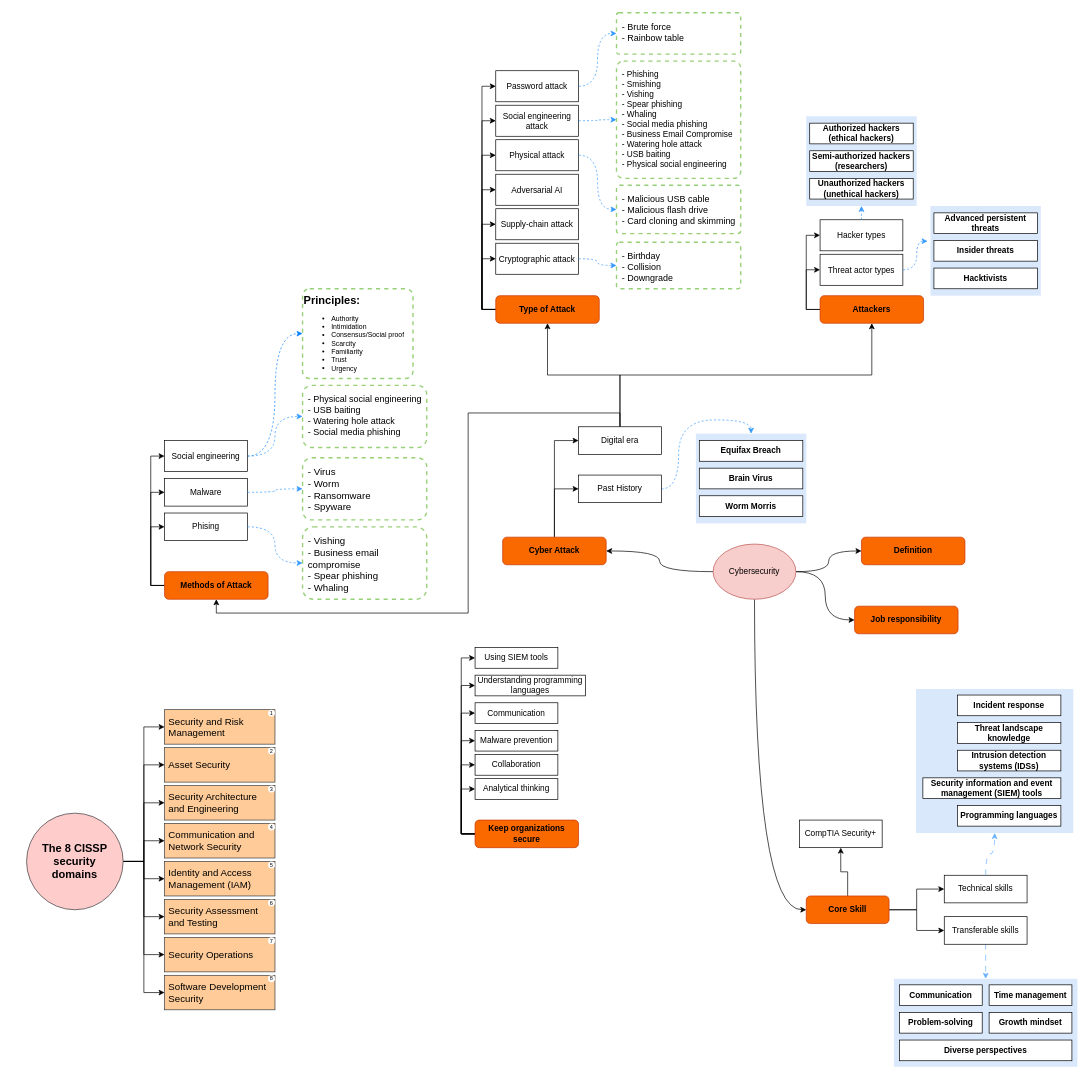
Earlier version of the draw.io diagram mind-map.drawio (yogiprsetya/Google-Cybersecurity-x-Coursera). Source tidied: cells renumbered, new cells numbered last; positions are measured from the earlier drawing's top-left corner, leaving out a move shared by most shapes. Both pictures are drawn from the tidied source at 69%, with x=0, y=0 at pixel (26, 12).
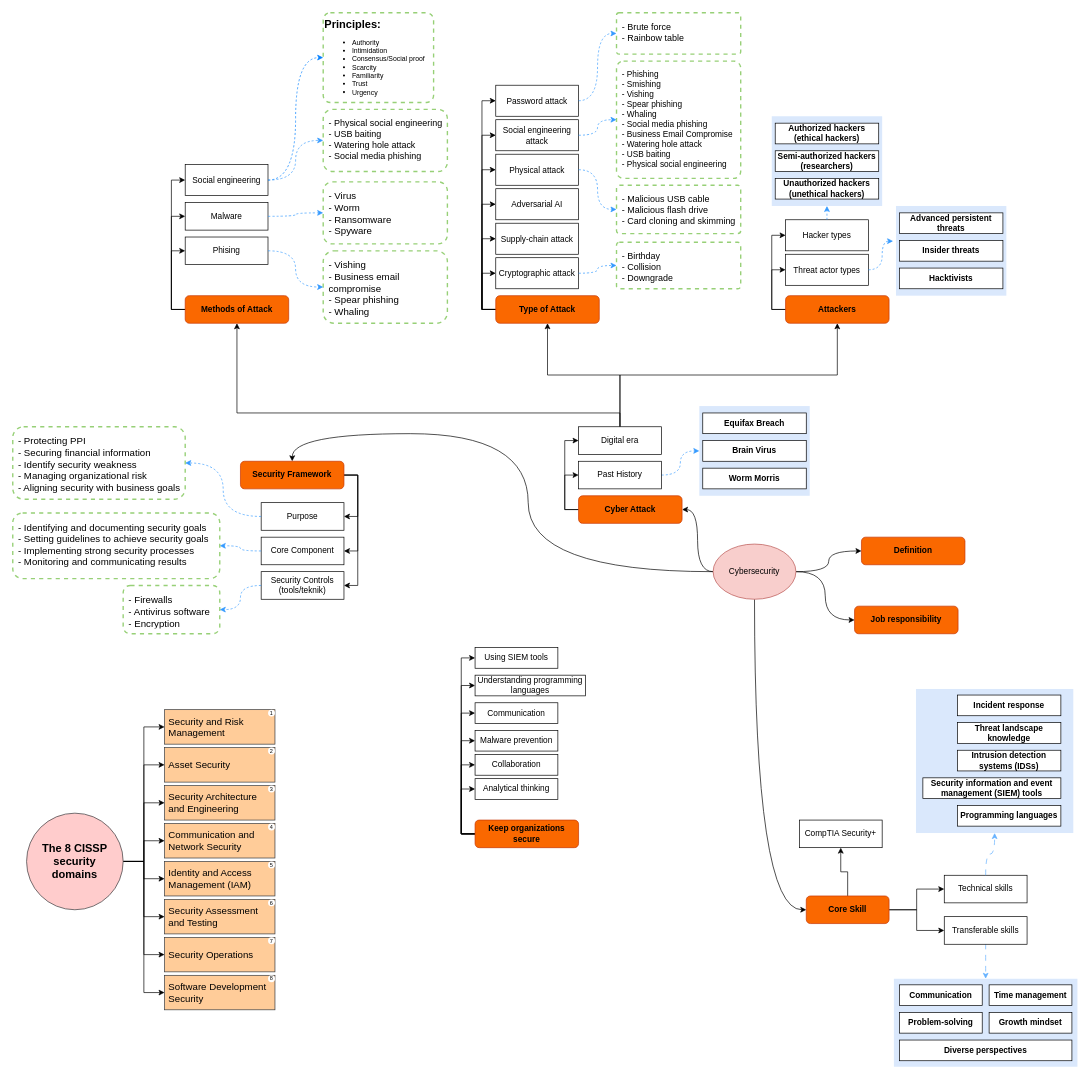
The same diagram, later.

The change refers to these unchanged cells:
```xml
<mxCell id="44" value="Cybersecurity" style="ellipse;whiteSpace=wrap;html=1;fillColor=#f8cecc;strokeColor=#b85450;" parent="1" vertex="1">
  <mxGeometry x="995" y="770" width="120" height="80" as="geometry" />
</mxCell>
<mxCell id="55" value="Digital era" style="rounded=0;whiteSpace=wrap;html=1;" parent="1" vertex="1">
  <mxGeometry x="800" y="600" width="120" height="40" as="geometry" />
</mxCell>
<mxCell id="110" style="group;" parent="1" vertex="1">
  <mxGeometry x="680" width="355" height="450" as="geometry" />
</mxCell>
```

Diff of the diagram source:
```diff
@@
+    <mxCell id="151" style="rounded=0;jettySize=auto;html=1;exitX=0;exitY=0.5;exitDx=0;exitDy=0;entryX=0.5;entryY=0;entryDx=0;entryDy=0;edgeStyle=orthogonalEdgeStyle;curved=1;" parent="1" edge="1" source="44" target="156">
+      <mxGeometry relative="1" as="geometry">
+        <Array as="points">
+          <mxPoint x="727" y="810" />
+          <mxPoint x="727" y="610" />
+          <mxPoint x="385" y="610" />
+        </Array>
+      </mxGeometry>
+    </mxCell>
@@
-    <mxCell id="47" style="edgeStyle=orthogonalEdgeStyle;rounded=0;jettySize=auto;html=1;entryX=0;entryY=0.5;entryDx=0;entryDy=0;" parent="1" edge="1" source="49" target="51">
+    <mxCell id="47" style="edgeStyle=orthogonalEdgeStyle;rounded=0;jettySize=auto;html=1;entryX=0;entryY=0.5;entryDx=0;entryDy=0;exitX=0;exitY=0.5;exitDx=0;exitDy=0;" parent="1" edge="1" source="49" target="51">
       <mxGeometry relative="1" as="geometry" />
     </mxCell>
-    <mxCell id="48" style="edgeStyle=orthogonalEdgeStyle;rounded=0;jettySize=auto;html=1;exitX=0.5;exitY=0;exitDx=0;exitDy=0;entryX=0;entryY=0.5;entryDx=0;entryDy=0;" parent="1" edge="1" source="49" target="55">
+    <mxCell id="48" style="edgeStyle=orthogonalEdgeStyle;rounded=0;jettySize=auto;html=1;exitX=0;exitY=0.5;exitDx=0;exitDy=0;entryX=0;entryY=0.5;entryDx=0;entryDy=0;" parent="1" edge="1" source="49" target="55">
       <mxGeometry relative="1" as="geometry" />
     </mxCell>
     <mxCell id="49" value="Cyber Attack" style="rounded=1;whiteSpace=wrap;html=1;fontStyle=1;fillColor=#fa6800;fontColor=#000000;strokeColor=#C73500;" parent="1" vertex="1">
-      <mxGeometry x="690" y="760" width="150" height="40" as="geometry" />
+      <mxGeometry x="800" y="700" width="150" height="40" as="geometry" />
     </mxCell>
-    <mxCell id="50" style="edgeStyle=orthogonalEdgeStyle;rounded=0;jettySize=auto;html=1;entryX=0.5;entryY=0;entryDx=0;entryDy=0;curved=1;dashed=1;strokeColor=#3399FF;" parent="1" edge="1" source="51" target="71">
+    <mxCell id="50" style="edgeStyle=orthogonalEdgeStyle;rounded=0;jettySize=auto;html=1;entryX=0;entryY=0.5;entryDx=0;entryDy=0;curved=1;dashed=1;strokeColor=#3399FF;" parent="1" edge="1" source="51" target="71">
       <mxGeometry relative="1" as="geometry" />
     </mxCell>
     <mxCell id="51" value="Past History" style="rounded=0;whiteSpace=wrap;html=1;" parent="1" vertex="1">
-      <mxGeometry x="800" y="670" width="120" height="40" as="geometry" />
+      <mxGeometry x="800" y="650" width="120" height="40" as="geometry" />
     </mxCell>
     <mxCell id="52" style="edgeStyle=orthogonalEdgeStyle;rounded=0;jettySize=auto;html=1;entryX=0.5;entryY=1;entryDx=0;entryDy=0;exitX=0.5;exitY=0;exitDx=0;exitDy=0;" parent="1" edge="1" source="55" target="61">
       <mxGeometry relative="1" as="geometry">
         <Array as="points">
           <mxPoint x="860" y="580" />
-          <mxPoint x="640" y="580" />
-          <mxPoint x="640" y="870" />
-          <mxPoint x="275" y="870" />
+          <mxPoint x="305" y="580" />
         </Array>
       </mxGeometry>
     </mxCell>
@@
     <mxCell id="57" value="&lt;p style=&quot;margin-top: 0px;&quot;&gt;&lt;font style=&quot;font-size: 16px;&quot;&gt;&lt;b&gt;Principles:&lt;/b&gt;&lt;/font&gt;&lt;/p&gt;&lt;ul style=&quot;font-size: 10px;&quot;&gt;&lt;li&gt;&lt;span&gt;&lt;span&gt;Authority&lt;/span&gt;&lt;/span&gt;&lt;/li&gt;&lt;li&gt;&lt;span&gt;&lt;span&gt;Intimidation&lt;/span&gt;&lt;/span&gt;&lt;/li&gt;&lt;li&gt;&lt;span&gt;&lt;span&gt;Consensus/Social proof&lt;/span&gt;&lt;/span&gt;&lt;/li&gt;&lt;li&gt;&lt;span&gt;&lt;span&gt;Scarcity&lt;/span&gt;&lt;/span&gt;&lt;/li&gt;&lt;li&gt;&lt;span&gt;&lt;span&gt;Familiarity&lt;/span&gt;&lt;/span&gt;&lt;/li&gt;&lt;li&gt;&lt;span&gt;&lt;span&gt;Trust&lt;/span&gt;&lt;/span&gt;&lt;/li&gt;&lt;li&gt;&lt;span&gt;&lt;span&gt;Urgency&lt;/span&gt;&lt;/span&gt;&lt;/li&gt;&lt;/ul&gt;" style="text;html=1;whiteSpace=wrap;overflow=hidden;rounded=1;strokeColor=#97D077;dashed=1;arcSize=8;strokeWidth=2;" parent="1" vertex="1">
-      <mxGeometry x="400" y="400" width="160" height="130" as="geometry" />
+      <mxGeometry x="429.9" width="160" height="130" as="geometry" />
     </mxCell>
@@
     <mxCell id="61" value="Methods of Attack" style="rounded=1;whiteSpace=wrap;html=1;fontStyle=1;fillColor=#fa6800;fontColor=#000000;strokeColor=#C73500;" parent="1" vertex="1">
-      <mxGeometry x="200" y="810" width="150" height="40" as="geometry" />
+      <mxGeometry x="229.9" y="410" width="150" height="40" as="geometry" />
     </mxCell>
     <mxCell id="62" value="&lt;div&gt;Phising&lt;/div&gt;" style="rounded=0;whiteSpace=wrap;html=1;" parent="1" vertex="1">
-      <mxGeometry x="200" y="725" width="120" height="40" as="geometry" />
+      <mxGeometry x="229.9" y="325" width="120" height="40" as="geometry" />
     </mxCell>
     <mxCell id="63" value="Malware" style="rounded=0;whiteSpace=wrap;html=1;" parent="1" vertex="1">
-      <mxGeometry x="200" y="675" width="120" height="40" as="geometry" />
+      <mxGeometry x="229.9" y="275" width="120" height="40" as="geometry" />
     </mxCell>
     <mxCell id="64" value="&lt;div style=&quot;font-size: 14px;&quot;&gt;- Virus&lt;/div&gt;&lt;div style=&quot;font-size: 14px;&quot;&gt;- Worm&lt;/div&gt;&lt;div&gt;- Ransomware&lt;/div&gt;&lt;div&gt;- Spyware&lt;br&gt;&lt;/div&gt;" style="text;html=1;whiteSpace=wrap;overflow=hidden;rounded=1;strokeColor=#97D077;dashed=1;fillColor=none;strokeWidth=2;labelPadding=12;spacingTop=0;spacing=8;fontSize=14;" parent="1" vertex="1">
-      <mxGeometry x="400" y="645" width="180" height="90" as="geometry" />
+      <mxGeometry x="429.9" y="245" width="180" height="90" as="geometry" />
     </mxCell>
     <mxCell id="65" value="Social engineering" style="rounded=0;whiteSpace=wrap;html=1;" parent="1" vertex="1">
-      <mxGeometry x="200" y="620" width="120" height="45" as="geometry" />
+      <mxGeometry x="229.9" y="220" width="120" height="45" as="geometry" />
     </mxCell>
@@
     <mxCell id="67" value="&lt;div style=&quot;font-size: 13px;&quot;&gt;&lt;font style=&quot;font-size: 13px;&quot;&gt;- Physical social engineering&lt;/font&gt;&lt;/div&gt;&lt;div style=&quot;font-size: 13px;&quot;&gt;&lt;font style=&quot;font-size: 13px;&quot;&gt;- USB baiting&lt;/font&gt;&lt;/div&gt;&lt;div style=&quot;font-size: 13px;&quot;&gt;&lt;font style=&quot;font-size: 13px;&quot;&gt;- Watering hole attack&lt;/font&gt;&lt;/div&gt;&lt;div style=&quot;font-size: 13px;&quot;&gt;&lt;font style=&quot;font-size: 13px;&quot;&gt;- &lt;/font&gt;Social media phishing&lt;/div&gt;" style="text;html=1;whiteSpace=wrap;overflow=hidden;rounded=1;strokeColor=#97D077;dashed=1;fillColor=none;strokeWidth=2;spacing=8;" parent="1" vertex="1">
-      <mxGeometry x="400" y="540" width="180" height="90" as="geometry" />
+      <mxGeometry x="429.9" y="140" width="180" height="90" as="geometry" />
     </mxCell>
@@
     <mxCell id="69" value="&lt;div style=&quot;font-size: 14px;&quot;&gt;- Vishing&lt;/div&gt;&lt;div style=&quot;font-size: 14px;&quot;&gt;- Business email compromise&lt;/div&gt;&lt;div style=&quot;font-size: 14px;&quot;&gt;- Spear phishing&lt;/div&gt;&lt;div style=&quot;font-size: 14px;&quot;&gt;- Whaling&lt;br&gt;&lt;/div&gt;" style="text;html=1;whiteSpace=wrap;overflow=hidden;rounded=1;strokeColor=#97D077;dashed=1;fillColor=none;strokeWidth=2;labelPadding=12;spacingTop=0;spacing=8;fontSize=14;" parent="1" vertex="1">
-      <mxGeometry x="400" y="745" width="180" height="105" as="geometry" />
+      <mxGeometry x="429.9" y="345" width="180" height="105" as="geometry" />
     </mxCell>
@@
     <mxCell id="71" style="rounded=0;whiteSpace=wrap;html=1;fillColor=#dae8fc;strokeColor=none;" parent="1" vertex="1">
-      <mxGeometry x="970" y="610" width="160" height="130" as="geometry" />
+      <mxGeometry x="975" y="570" width="160" height="130" as="geometry" />
     </mxCell>
     <mxCell id="72" style="group;" parent="1" vertex="1">
-      <mxGeometry x="975" y="620" width="150" height="110" as="geometry" />
+      <mxGeometry x="980" y="580" width="150" height="110" as="geometry" />
     </mxCell>
@@
     <mxCell id="118" value="Social engineering attack" style="rounded=0;whiteSpace=wrap;html=1;" parent="110" vertex="1">
-      <mxGeometry y="134" width="120" height="45" as="geometry" />
+      <mxGeometry y="155" width="120" height="45" as="geometry" />
     </mxCell>
     <mxCell id="119" value="Password attack" style="rounded=0;whiteSpace=wrap;html=1;" parent="110" vertex="1">
-      <mxGeometry y="84" width="120" height="45" as="geometry" />
+      <mxGeometry y="105" width="120" height="45" as="geometry" />
     </mxCell>
     <mxCell id="120" value="Physical attack" style="rounded=0;whiteSpace=wrap;html=1;" parent="110" vertex="1">
-      <mxGeometry y="184" width="120" height="45" as="geometry" />
+      <mxGeometry y="205" width="120" height="45" as="geometry" />
     </mxCell>
@@
     <mxCell id="127" value="Adversarial AI" style="rounded=0;whiteSpace=wrap;html=1;" parent="110" vertex="1">
-      <mxGeometry y="234" width="120" height="45" as="geometry" />
+      <mxGeometry y="255" width="120" height="45" as="geometry" />
     </mxCell>
     <mxCell id="128" value="Supply-chain attack" style="rounded=0;whiteSpace=wrap;html=1;" parent="110" vertex="1">
-      <mxGeometry y="284" width="120" height="45" as="geometry" />
+      <mxGeometry y="305" width="120" height="45" as="geometry" />
     </mxCell>
     <mxCell id="129" value="Cryptographic attack" style="rounded=0;whiteSpace=wrap;html=1;" parent="110" vertex="1">
-      <mxGeometry y="334" width="120" height="45" as="geometry" />
+      <mxGeometry y="355" width="120" height="45" as="geometry" />
     </mxCell>
@@
     <mxCell id="134" value="Attackers" style="rounded=1;whiteSpace=wrap;html=1;fontStyle=1;fillColor=#fa6800;fontColor=#000000;strokeColor=#C73500;" parent="1" vertex="1">
-      <mxGeometry x="1150" y="410" width="150" height="40" as="geometry" />
+      <mxGeometry x="1100" y="410" width="150" height="40" as="geometry" />
     </mxCell>
     <mxCell id="135" value="Threat actor types" style="rounded=0;whiteSpace=wrap;html=1;" parent="1" vertex="1">
-      <mxGeometry x="1150" y="350" width="120" height="45" as="geometry" />
+      <mxGeometry x="1100" y="350" width="120" height="45" as="geometry" />
     </mxCell>
@@
     <mxCell id="137" value="Hacker types" style="rounded=0;whiteSpace=wrap;html=1;" parent="1" vertex="1">
-      <mxGeometry x="1150" y="300" width="120" height="45" as="geometry" />
+      <mxGeometry x="1100" y="300" width="120" height="45" as="geometry" />
     </mxCell>
     <mxCell id="138" style="group;" parent="1" vertex="1">
-      <mxGeometry x="1310" y="280" width="160" height="130" as="geometry" />
+      <mxGeometry x="1260" y="280" width="160" height="130" as="geometry" />
     </mxCell>
@@
     <mxCell id="144" style="group;" parent="1" vertex="1">
-      <mxGeometry x="1130" y="150" width="160" height="130" as="geometry" />
+      <mxGeometry x="1080" y="150" width="160" height="130" as="geometry" />
     </mxCell>
@@
+    <mxCell id="152" style="group;" parent="1" vertex="1">
+      <mxGeometry x="-20" y="600" width="480" height="300" as="geometry" />
+    </mxCell>
+    <mxCell id="153" style="edgeStyle=orthogonalEdgeStyle;rounded=0;jettySize=auto;html=1;exitX=1;exitY=0.5;exitDx=0;exitDy=0;entryX=1;entryY=0.5;entryDx=0;entryDy=0;" parent="152" edge="1" source="156" target="157">
+      <mxGeometry relative="1" as="geometry" />
+    </mxCell>
+    <mxCell id="154" style="edgeStyle=orthogonalEdgeStyle;rounded=0;jettySize=auto;html=1;exitX=1;exitY=0.5;exitDx=0;exitDy=0;entryX=1;entryY=0.5;entryDx=0;entryDy=0;" parent="152" edge="1" source="156" target="160">
+      <mxGeometry relative="1" as="geometry" />
+    </mxCell>
+    <mxCell id="155" style="edgeStyle=orthogonalEdgeStyle;rounded=0;jettySize=auto;html=1;exitX=1;exitY=0.5;exitDx=0;exitDy=0;entryX=1;entryY=0.5;entryDx=0;entryDy=0;" parent="152" edge="1" source="156" target="163">
+      <mxGeometry relative="1" as="geometry" />
+    </mxCell>
+    <mxCell id="156" value="Security Framework" style="rounded=1;whiteSpace=wrap;html=1;fontStyle=1;fillColor=#fa6800;fontColor=#000000;strokeColor=#C73500;" parent="152" vertex="1">
+      <mxGeometry x="330" y="50" width="150" height="40" as="geometry" />
+    </mxCell>
+    <mxCell id="157" value="Purpose" style="rounded=0;whiteSpace=wrap;html=1;" parent="152" vertex="1">
+      <mxGeometry x="360" y="110" width="120" height="40" as="geometry" />
+    </mxCell>
+    <mxCell id="158" value="&lt;div style=&quot;font-size: 14px;&quot;&gt;- Protecting PPI&lt;/div&gt;&lt;div style=&quot;font-size: 14px;&quot;&gt;- Securing financial information&lt;/div&gt;&lt;div style=&quot;font-size: 14px;&quot;&gt;- Identify security weakness&lt;/div&gt;&lt;div style=&quot;font-size: 14px;&quot;&gt;- Managing organizational risk&lt;/div&gt;&lt;div style=&quot;font-size: 14px;&quot;&gt;- Aligning security with business goals&lt;br&gt;&lt;/div&gt;" style="text;html=1;whiteSpace=wrap;overflow=hidden;rounded=1;strokeColor=#97D077;dashed=1;fillColor=none;strokeWidth=2;labelPadding=12;spacingTop=0;spacing=8;fontSize=14;" parent="152" vertex="1">
+      <mxGeometry width="249.9" height="105" as="geometry" />
+    </mxCell>
+    <mxCell id="159" style="edgeStyle=orthogonalEdgeStyle;rounded=0;jettySize=auto;html=1;exitX=0;exitY=0.5;exitDx=0;exitDy=0;entryX=1;entryY=0.5;entryDx=0;entryDy=0;dashed=1;strokeColor=#3399FF;curved=1;" parent="152" edge="1" source="157" target="158">
+      <mxGeometry relative="1" as="geometry" />
+    </mxCell>
+    <mxCell id="160" value="Core Component" style="rounded=0;whiteSpace=wrap;html=1;" parent="152" vertex="1">
+      <mxGeometry x="360" y="160" width="120" height="40" as="geometry" />
+    </mxCell>
+    <mxCell id="161" value="&lt;div style=&quot;font-size: 14px;&quot;&gt;- Identifying and documenting security goals&lt;/div&gt;&lt;div style=&quot;font-size: 14px;&quot;&gt;- Setting guidelines to achieve security goals&lt;/div&gt;&lt;div style=&quot;font-size: 14px;&quot;&gt;- Implementing strong security processes&lt;/div&gt;&lt;div style=&quot;font-size: 14px;&quot;&gt;- Monitoring and communicating results&lt;/div&gt;" style="text;html=1;whiteSpace=wrap;overflow=hidden;rounded=1;strokeColor=#97D077;dashed=1;fillColor=none;strokeWidth=2;labelPadding=12;spacingTop=0;spacing=8;fontSize=14;fontStyle=0;" parent="152" vertex="1">
+      <mxGeometry y="125" width="300" height="95" as="geometry" />
+    </mxCell>
+    <mxCell id="162" style="edgeStyle=orthogonalEdgeStyle;rounded=0;jettySize=auto;html=1;exitX=0;exitY=0.5;exitDx=0;exitDy=0;entryX=1;entryY=0.5;entryDx=0;entryDy=0;dashed=1;strokeColor=#3399FF;curved=1;" parent="152" edge="1" source="160" target="161">
+      <mxGeometry relative="1" as="geometry" />
+    </mxCell>
+    <mxCell id="163" value="Security Controls (tools/teknik)" style="rounded=0;whiteSpace=wrap;html=1;" parent="152" vertex="1">
+      <mxGeometry x="360" y="210" width="120" height="40" as="geometry" />
+    </mxCell>
+    <mxCell id="164" value="&lt;div style=&quot;font-size: 14px;&quot;&gt;- Firewalls&lt;/div&gt;&lt;div style=&quot;font-size: 14px;&quot;&gt;- Antivirus software&lt;/div&gt;&lt;div style=&quot;font-size: 14px;&quot;&gt;- Encryption&lt;/div&gt;" style="text;html=1;whiteSpace=wrap;overflow=hidden;rounded=1;strokeColor=#97D077;dashed=1;fillColor=none;strokeWidth=2;labelPadding=12;spacingTop=0;spacing=8;fontSize=14;fontStyle=0;" parent="152" vertex="1">
+      <mxGeometry x="160" y="230" width="140" height="70" as="geometry" />
+    </mxCell>
+    <mxCell id="165" style="edgeStyle=orthogonalEdgeStyle;rounded=0;jettySize=auto;html=1;exitX=0;exitY=0.5;exitDx=0;exitDy=0;entryX=1;entryY=0.5;entryDx=0;entryDy=0;dashed=1;strokeColor=#3399FF;curved=1;" parent="152" edge="1" source="163" target="164">
+      <mxGeometry relative="1" as="geometry" />
+    </mxCell>
```
